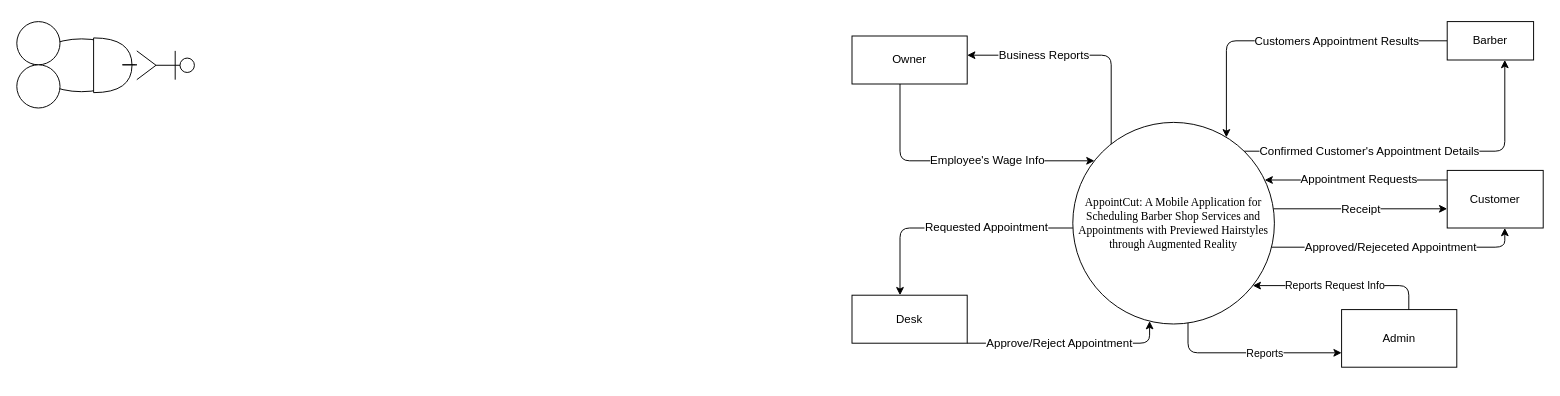
iampotato16/AppointCut keeps this draw.io diagram as page "CFD" (1 of 2) of Diagrams/Context.drawio. Above is the earlier version. Source tidied: cells renumbered, new cells numbered last; positions are measured from the earlier drawing's top-left corner, leaving out a move shared by most shapes. Both pictures are drawn from the tidied source at 96%, with x=0, y=0 at pixel (16, 16).
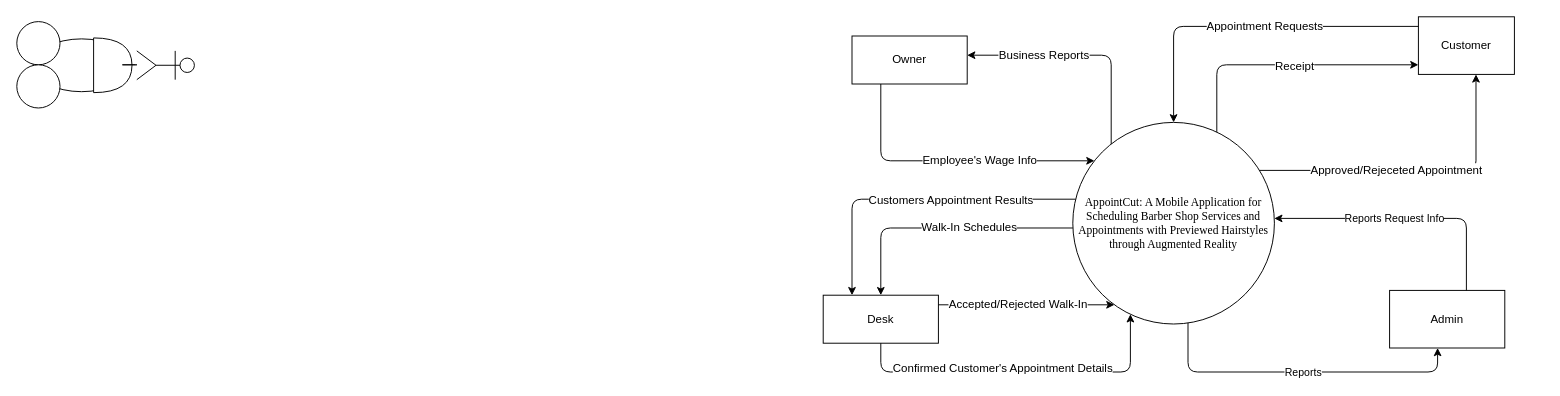
The same diagram, later.

The change refers to these unchanged cells:
```xml
<mxCell id="6" value="&lt;font style=&quot;font-size: 12px&quot;&gt;&lt;span style=&quot;font-family: &amp;quot;times new roman&amp;quot;; background-color: transparent; font-style: normal; font-variant: normal; text-decoration: none; vertical-align: baseline;&quot; id=&quot;docs-internal-guid-279cb4f7-7fff-44b1-516b-acc277abbe0b&quot;&gt;AppointCut: A Mobile Application for Scheduling Barber Shop Services and Appointments with Previewed Hairstyles through Augmented Reality&lt;/span&gt;&lt;/font&gt;" style="ellipse;whiteSpace=wrap;html=1;fillColor=default;strokeColor=default;fontColor=default;" parent="1" vertex="1">
  <mxGeometry x="1100" y="110" width="210" height="210" as="geometry" />
</mxCell>
<mxCell id="29" value="Owner" style="rounded=0;whiteSpace=wrap;html=1;fontSize=12;fillColor=default;strokeColor=default;fontColor=default;" parent="1" vertex="1">
  <mxGeometry x="870" y="20" width="120" height="50" as="geometry" />
</mxCell>
```

What changed in the source:
```diff
@@
-    <mxCell id="2" style="edgeStyle=orthogonalEdgeStyle;jettySize=auto;html=1;labelBackgroundColor=default;fontColor=default;strokeColor=default;rounded=1;" parent="1" edge="1" source="6" target="10">
-      <mxGeometry relative="1" as="geometry">
-        <Array as="points">
-          <mxPoint x="1550" y="140" />
-          <mxPoint x="1550" y="25" />
-        </Array>
-      </mxGeometry>
-    </mxCell>
-    <mxCell id="3" value="Confirmed Customer's Appointment Details" style="edgeLabel;html=1;align=center;verticalAlign=middle;fontSize=12;fontColor=default;" parent="2" vertex="1">
-      <mxGeometry x="-0.29" y="1" relative="1" as="geometry" />
-    </mxCell>
     <mxCell id="4" style="edgeStyle=orthogonalEdgeStyle;rounded=1;jettySize=auto;html=1;labelBackgroundColor=default;fontColor=default;strokeColor=default;" parent="1" edge="1" source="6" target="11">
       <mxGeometry relative="1" as="geometry">
         <Array as="points">
-          <mxPoint x="1400" y="200" />
-          <mxPoint x="1400" y="200" />
+          <mxPoint x="1250" y="50" />
+          <mxPoint x="1540" y="50" />
         </Array>
       </mxGeometry>
     </mxCell>
     <mxCell id="5" value="&lt;font style=&quot;font-size: 12px&quot;&gt;Receipt&lt;/font&gt;" style="edgeLabel;html=1;align=center;verticalAlign=middle;fontColor=default;labelBackgroundColor=default;" parent="4" vertex="1">
       <mxGeometry x="-0.18" relative="1" as="geometry">
-        <mxPoint x="17" as="offset" />
+        <mxPoint x="36" y="1" as="offset" />
       </mxGeometry>
     </mxCell>
@@
     <mxCell id="7" value="Desk" style="rounded=0;whiteSpace=wrap;html=1;fontSize=12;fillColor=default;strokeColor=default;fontColor=default;" parent="1" vertex="1">
-      <mxGeometry x="870" y="290" width="120" height="50" as="geometry" />
+      <mxGeometry x="840" y="290" width="120" height="50" as="geometry" />
     </mxCell>
-    <mxCell id="8" style="edgeStyle=orthogonalEdgeStyle;rounded=1;jettySize=auto;html=1;labelBackgroundColor=default;fontColor=default;strokeColor=default;" parent="1" edge="1" source="10" target="6">
-      <mxGeometry relative="1" as="geometry">
-        <Array as="points">
-          <mxPoint x="1260" y="25" />
-        </Array>
-      </mxGeometry>
-    </mxCell>
-    <mxCell id="9" value="Customers Appointment Results" style="edgeLabel;html=1;align=center;verticalAlign=middle;fontSize=12;fontColor=default;labelBackgroundColor=default;" parent="8" vertex="1">
-      <mxGeometry x="-0.05" y="-2" relative="1" as="geometry">
-        <mxPoint x="41" y="2" as="offset" />
-      </mxGeometry>
-    </mxCell>
-    <mxCell id="10" value="Barber" style="rounded=0;whiteSpace=wrap;html=1;fontSize=12;fillColor=default;strokeColor=default;fontColor=default;" parent="1" vertex="1">
-      <mxGeometry x="1490" y="5" width="90" height="40" as="geometry" />
-    </mxCell>
     <mxCell id="11" value="Customer" style="rounded=0;whiteSpace=wrap;html=1;fontSize=12;fillColor=default;strokeColor=default;fontColor=default;" parent="1" vertex="1">
-      <mxGeometry x="1490" y="160" width="100" height="60" as="geometry" />
+      <mxGeometry x="1460" width="100" height="60" as="geometry" />
     </mxCell>
@@
     <mxCell id="13" value="Employee's Wage Info" style="endArrow=classic;html=1;rounded=1;fontSize=12;edgeStyle=orthogonalEdgeStyle;strokeColor=default;labelBackgroundColor=default;fontColor=default;" parent="1" edge="1" source="29" target="6">
       <mxGeometry x="0.21" relative="1" as="geometry">
         <Array as="points">
-          <mxPoint x="920" y="150" />
+          <mxPoint x="900" y="150" />
         </Array>
       </mxGeometry>
     </mxCell>
-    <mxCell id="14" value="Approve/Reject Appointment" style="endArrow=classic;html=1;rounded=1;fontSize=12;edgeStyle=orthogonalEdgeStyle;strokeColor=default;labelBackgroundColor=default;fontColor=default;" parent="1" edge="1" source="7" target="6">
+    <mxCell id="14" value="Accepted/Rejected Walk-In" style="endArrow=classic;html=1;rounded=1;fontSize=12;edgeStyle=orthogonalEdgeStyle;strokeColor=default;labelBackgroundColor=default;fontColor=default;" parent="1" edge="1" source="7" target="6">
       <mxGeometry x="-0.1" relative="1" as="geometry">
         <Array as="points">
-          <mxPoint x="1180" y="340" />
+          <mxPoint x="1060" y="300" />
+          <mxPoint x="1060" y="300" />
         </Array>
       </mxGeometry>
     </mxCell>
     <mxCell id="15" value="Approved/Rejeceted Appointment" style="endArrow=classic;html=1;rounded=1;fontSize=12;edgeStyle=orthogonalEdgeStyle;strokeColor=default;labelBackgroundColor=default;fontColor=default;" parent="1" edge="1" source="6" target="11">
-      <mxGeometry x="-0.06" relative="1" as="geometry">
+      <mxGeometry x="-0.12" relative="1" as="geometry">
         <Array as="points">
-          <mxPoint x="1550" y="240" />
+          <mxPoint x="1520" y="160" />
         </Array>
       </mxGeometry>
     </mxCell>
     <mxCell id="16" value="Appointment Requests" style="endArrow=classic;html=1;rounded=1;fontSize=12;edgeStyle=orthogonalEdgeStyle;strokeColor=default;labelBackgroundColor=default;fontColor=default;" parent="1" edge="1" source="11" target="6">
-      <mxGeometry x="-0.03" relative="1" as="geometry">
+      <mxGeometry x="-0.1" relative="1" as="geometry">
         <Array as="points">
-          <mxPoint x="1400" y="170" />
-          <mxPoint x="1400" y="170" />
+          <mxPoint x="1540" y="10" />
+          <mxPoint x="1205" y="10" />
         </Array>
       </mxGeometry>
     </mxCell>
-    <mxCell id="17" value="Requested Appointment" style="endArrow=classic;html=1;rounded=1;fontSize=12;edgeStyle=orthogonalEdgeStyle;strokeColor=default;labelBackgroundColor=default;fontColor=default;" parent="1" edge="1" source="6" target="7">
-      <mxGeometry x="-0.28" relative="1" as="geometry">
+    <mxCell id="17" value="Walk-In Schedules" style="endArrow=classic;html=1;rounded=1;fontSize=12;edgeStyle=orthogonalEdgeStyle;strokeColor=default;labelBackgroundColor=default;fontColor=default;" parent="1" edge="1" source="6" target="7">
+      <mxGeometry x="-0.2" relative="1" as="geometry">
         <Array as="points">
-          <mxPoint x="920" y="220" />
+          <mxPoint x="900" y="220" />
         </Array>
       </mxGeometry>
     </mxCell>
     <mxCell id="18" value="Admin" style="rounded=0;whiteSpace=wrap;html=1;fontSize=12;fillColor=default;strokeColor=default;fontColor=default;" parent="1" vertex="1">
-      <mxGeometry x="1380" y="305" width="120" height="60" as="geometry" />
+      <mxGeometry x="1430" y="285" width="120" height="60" as="geometry" />
     </mxCell>
     <mxCell id="19" style="endArrow=classic;html=1;rounded=1;strokeColor=default;edgeStyle=orthogonalEdgeStyle;labelBackgroundColor=default;fontColor=default;" parent="1" edge="1" source="6" target="18">
       <mxGeometry relative="1" as="geometry">
         <Array as="points">
-          <mxPoint x="1220" y="350" />
+          <mxPoint x="1220" y="370" />
+          <mxPoint x="1480" y="370" />
         </Array>
       </mxGeometry>
     </mxCell>
@@
     <mxCell id="21" value="Reports Request Info" style="endArrow=classic;html=1;rounded=1;strokeColor=default;edgeStyle=orthogonalEdgeStyle;labelBackgroundColor=default;fontColor=default;" parent="1" edge="1" source="18" target="6">
       <mxGeometry x="0.09" relative="1" as="geometry">
         <Array as="points">
-          <mxPoint x="1450" y="280" />
+          <mxPoint x="1510" y="210" />
         </Array>
       </mxGeometry>
     </mxCell>
@@
+    <mxCell id="30" style="edgeStyle=orthogonalEdgeStyle;rounded=1;jettySize=auto;html=1;labelBackgroundColor=default;fontColor=default;strokeColor=default;" parent="1" edge="1" source="6" target="7">
+      <mxGeometry relative="1" as="geometry">
+        <Array as="points">
+          <mxPoint x="870" y="190" />
+        </Array>
+      </mxGeometry>
+    </mxCell>
+    <mxCell id="9" value="Customers Appointment Results" style="edgeLabel;html=1;align=center;verticalAlign=middle;fontSize=12;fontColor=default;labelBackgroundColor=default;" parent="30" vertex="1">
+      <mxGeometry x="-0.05" y="-2" relative="1" as="geometry">
+        <mxPoint x="27" y="2" as="offset" />
+      </mxGeometry>
+    </mxCell>
+    <mxCell id="31" style="edgeStyle=orthogonalEdgeStyle;jettySize=auto;html=1;labelBackgroundColor=default;fontColor=default;strokeColor=default;rounded=1;" parent="1" edge="1" source="7" target="6">
+      <mxGeometry relative="1" as="geometry">
+        <Array as="points">
+          <mxPoint x="900" y="370" />
+          <mxPoint x="1160" y="370" />
+        </Array>
+      </mxGeometry>
+    </mxCell>
+    <mxCell id="3" value="Confirmed Customer's Appointment Details" style="edgeLabel;html=1;align=center;verticalAlign=middle;fontSize=12;fontColor=default;labelBackgroundColor=default;" parent="31" vertex="1">
+      <mxGeometry x="-0.29" y="1" relative="1" as="geometry">
+        <mxPoint x="32" y="-4" as="offset" />
+      </mxGeometry>
+    </mxCell>
```
